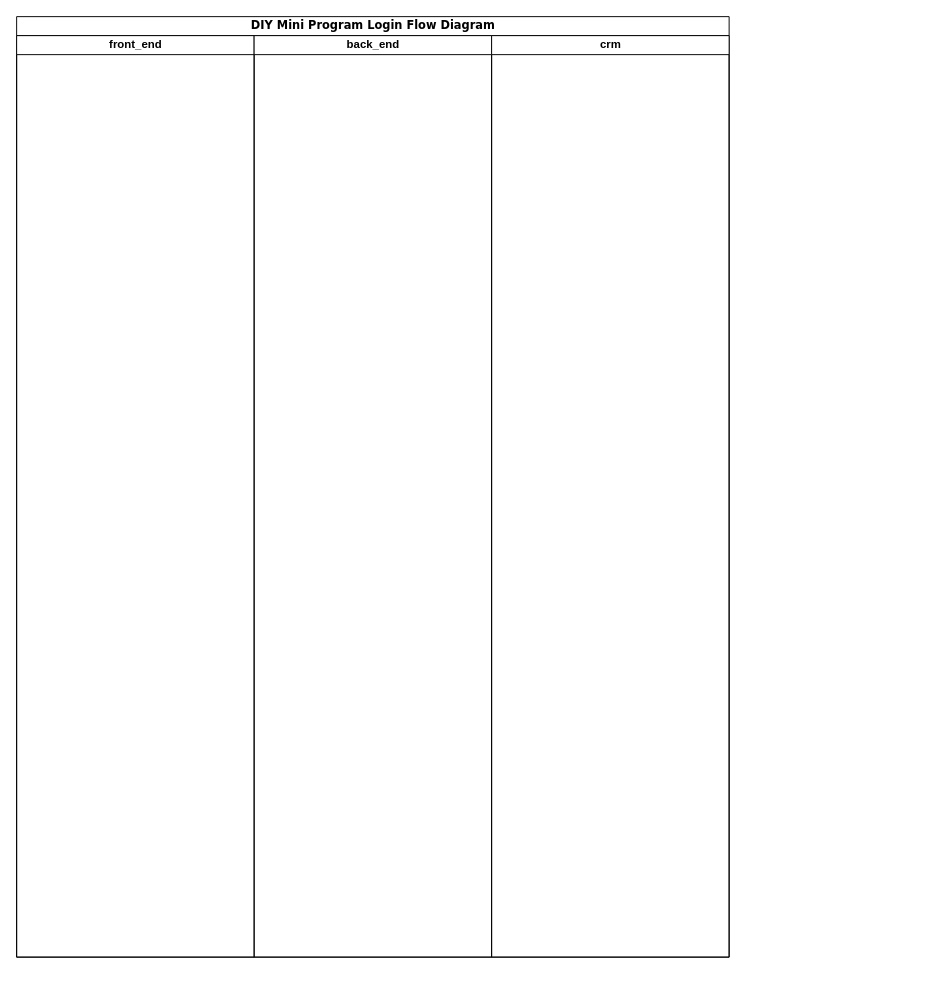
WinkleWong/Diagram keeps this draw.io diagram as DIY Mini Program/DIY Mini Program Login Flow Diagram.drawio. Above is the earlier version. Source tidied: cells renumbered, new cells numbered last; positions are measured from the earlier drawing's top-left corner, leaving out a move shared by most shapes. Both pictures are drawn from the tidied source at 95%, with x=0, y=0 at pixel (16, 16).
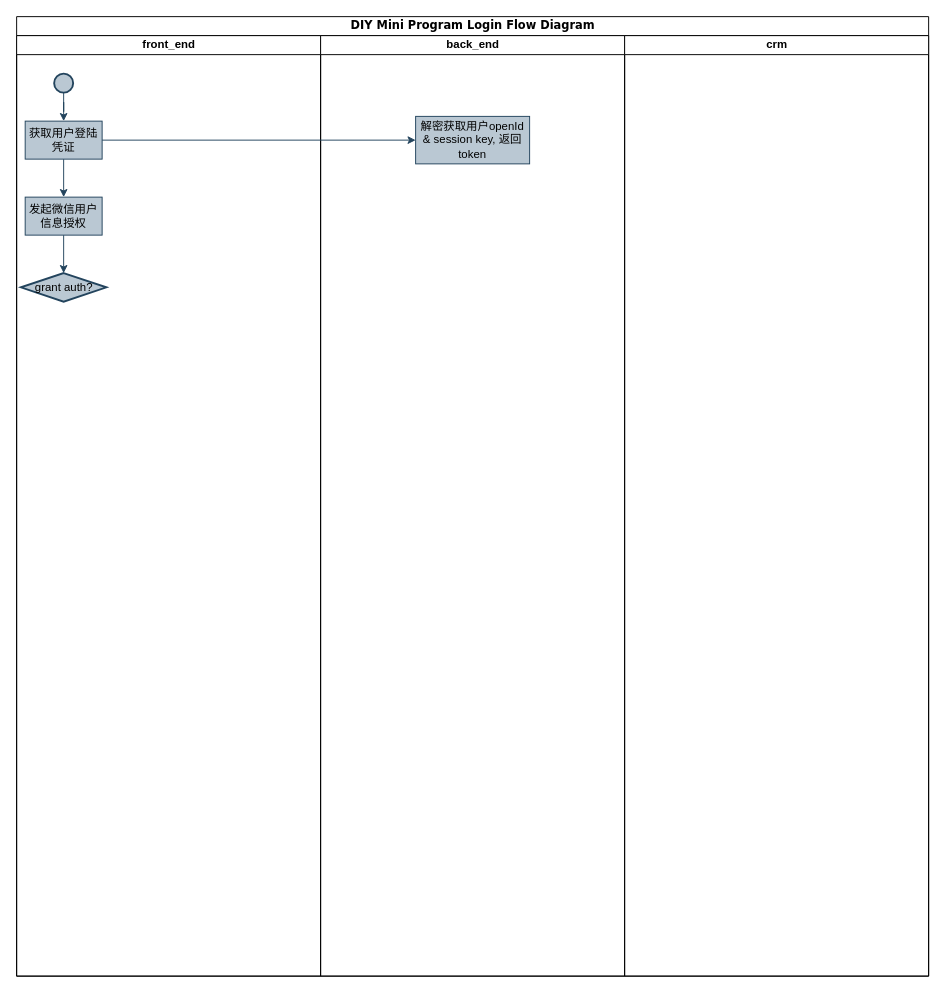
The same diagram, later.

Change to the diagram source:
```diff
@@
 <mxGraphModel background="#ffffff">
   <root>
     <mxCell id="0" />
     <mxCell id="1" parent="0" />
     <mxCell id="2" value="DIY Mini Program Login Flow Diagram" style="swimlane;html=1;startSize=20;rounded=0;shadow=0;comic=0;labelBackgroundColor=none;strokeWidth=1;fontFamily=Verdana;fontSize=12;align=center;" parent="1" vertex="1">
-      <mxGeometry width="750" height="990" as="geometry" />
+      <mxGeometry width="960" height="1010" as="geometry" />
     </mxCell>
     <mxCell id="3" value="front_end" style="swimlane;html=1;startSize=20;" parent="2" vertex="1">
-      <mxGeometry y="20" width="250" height="970" as="geometry" />
+      <mxGeometry y="20" width="320" height="990" as="geometry" />
     </mxCell>
+    <mxCell id="6" style="edgeStyle=orthogonalEdgeStyle;rounded=0;jettySize=auto;html=1;entryX=0.5;entryY=0;entryDx=0;entryDy=0;fillColor=#bac8d3;strokeColor=#23445d;" parent="3" edge="1" source="7" target="10">
+      <mxGeometry relative="1" as="geometry" />
+    </mxCell>
+    <mxCell id="7" style="strokeWidth=2;html=1;shape=mxgraph.flowchart.start_2;whiteSpace=wrap;fillColor=#bac8d3;strokeColor=#23445d;" parent="3" vertex="1">
+      <mxGeometry x="39.5" y="40" width="20" height="20" as="geometry" />
+    </mxCell>
+    <mxCell id="8" value="grant auth?" style="strokeWidth=2;html=1;shape=mxgraph.flowchart.decision;whiteSpace=wrap;fillColor=#bac8d3;strokeColor=#23445d;" parent="3" vertex="1">
+      <mxGeometry x="4.5" y="250" width="90" height="30" as="geometry" />
+    </mxCell>
+    <mxCell id="9" style="edgeStyle=orthogonalEdgeStyle;rounded=0;jettySize=auto;html=1;entryX=0.5;entryY=0;entryDx=0;entryDy=0;fillColor=#bac8d3;strokeColor=#23445d;" parent="3" edge="1" source="10" target="12">
+      <mxGeometry relative="1" as="geometry" />
+    </mxCell>
+    <mxCell id="10" value="获取用户登陆凭证" style="rounded=0;whiteSpace=wrap;html=1;fillColor=#bac8d3;strokeColor=#23445d;" parent="3" vertex="1">
+      <mxGeometry x="9" y="90" width="81" height="40" as="geometry" />
+    </mxCell>
+    <mxCell id="11" style="edgeStyle=orthogonalEdgeStyle;rounded=0;jettySize=auto;html=1;fillColor=#bac8d3;strokeColor=#23445d;" parent="3" edge="1" source="12" target="8">
+      <mxGeometry relative="1" as="geometry" />
+    </mxCell>
+    <mxCell id="12" value="发起微信用户信息授权" style="rounded=0;whiteSpace=wrap;html=1;fillColor=#bac8d3;strokeColor=#23445d;" parent="3" vertex="1">
+      <mxGeometry x="9" y="170" width="81" height="40" as="geometry" />
+    </mxCell>
     <mxCell id="4" value="back_end" style="swimlane;html=1;startSize=20;" parent="2" vertex="1">
-      <mxGeometry x="250" y="20" width="250" height="970" as="geometry" />
+      <mxGeometry x="320" y="20" width="320" height="990" as="geometry" />
     </mxCell>
+    <mxCell id="13" value="解密获取用户openId &amp;amp; session key, 返回token" style="rounded=0;whiteSpace=wrap;html=1;fillColor=#bac8d3;strokeColor=#23445d;" parent="4" vertex="1">
+      <mxGeometry x="100" y="85" width="120" height="50" as="geometry" />
+    </mxCell>
     <mxCell id="5" value="crm" style="swimlane;html=1;startSize=20;" parent="2" vertex="1">
-      <mxGeometry x="500" y="20" width="250" height="970" as="geometry" />
+      <mxGeometry x="640" y="20" width="320" height="990" as="geometry" />
     </mxCell>
+    <mxCell id="14" style="edgeStyle=orthogonalEdgeStyle;rounded=0;jettySize=auto;html=1;entryX=0;entryY=0.5;entryDx=0;entryDy=0;fillColor=#bac8d3;strokeColor=#23445d;" parent="2" edge="1" source="10" target="13">
+      <mxGeometry relative="1" as="geometry" />
+    </mxCell>
   </root>
 </mxGraphModel>
```
